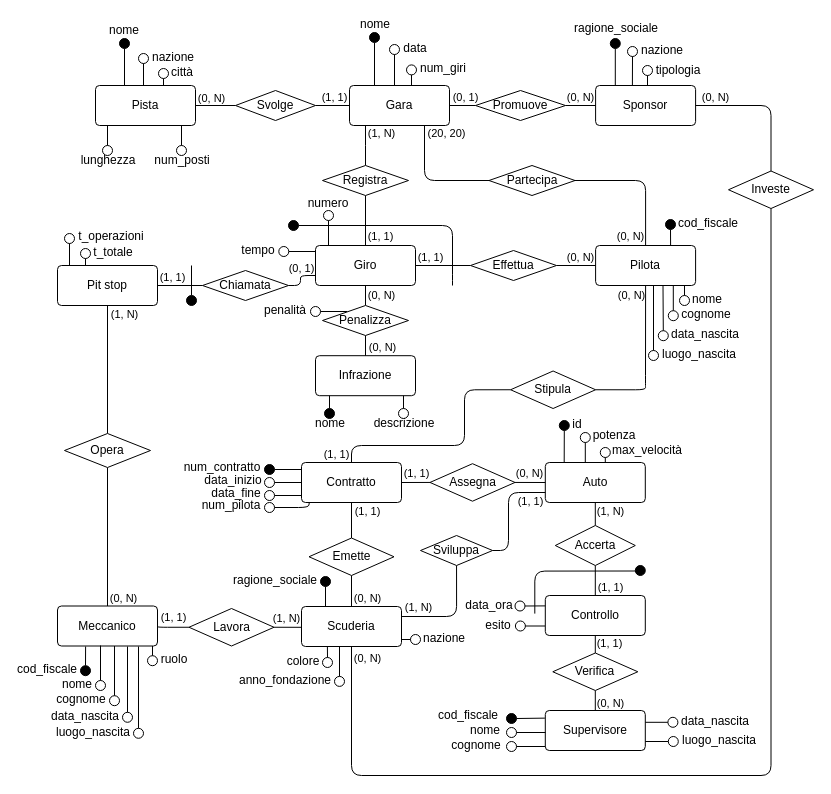
Above: er/gare.drawio in NotXia/car-racing (draw.io), before the change. Source tidied: cells renumbered, new cells numbered last; positions are measured from the earlier drawing's top-left corner, leaving out a move shared by most shapes. Both pictures are drawn from the tidied source at 100%, with x=0, y=0 at pixel (17, 19).
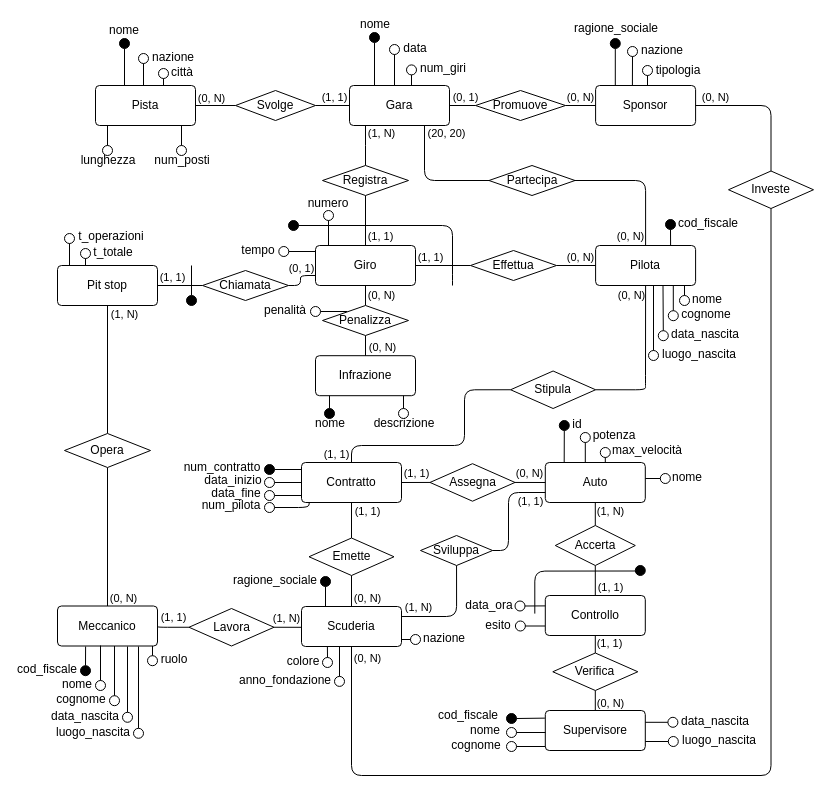
The same page after the edit.

Change to the diagram source:
```diff
@@
+    <mxCell id="242" style="edgeStyle=orthogonalEdgeStyle;rounded=0;jettySize=auto;html=1;exitX=0;exitY=0.5;exitDx=0;exitDy=0;entryX=0.992;entryY=0.313;entryDx=0;entryDy=0;entryPerimeter=0;endArrow=none;endFill=0;" parent="1" edge="1" source="243">
+      <mxGeometry relative="1" as="geometry">
+        <mxPoint x="627.8" y="458.5" as="targetPoint" />
+      </mxGeometry>
+    </mxCell>
+    <mxCell id="243" style="ellipse;whiteSpace=wrap;html=1;fillColor=none;" parent="1" vertex="1">
+      <mxGeometry x="642.8" y="454" width="10" height="10" as="geometry" />
+    </mxCell>
+    <mxCell id="244" value="nome" style="text;html=1;strokeColor=none;fillColor=none;align=center;verticalAlign=middle;whiteSpace=wrap;rounded=0;" parent="1" vertex="1">
+      <mxGeometry x="642.8" y="453" width="54" height="10" as="geometry" />
+    </mxCell>
```
